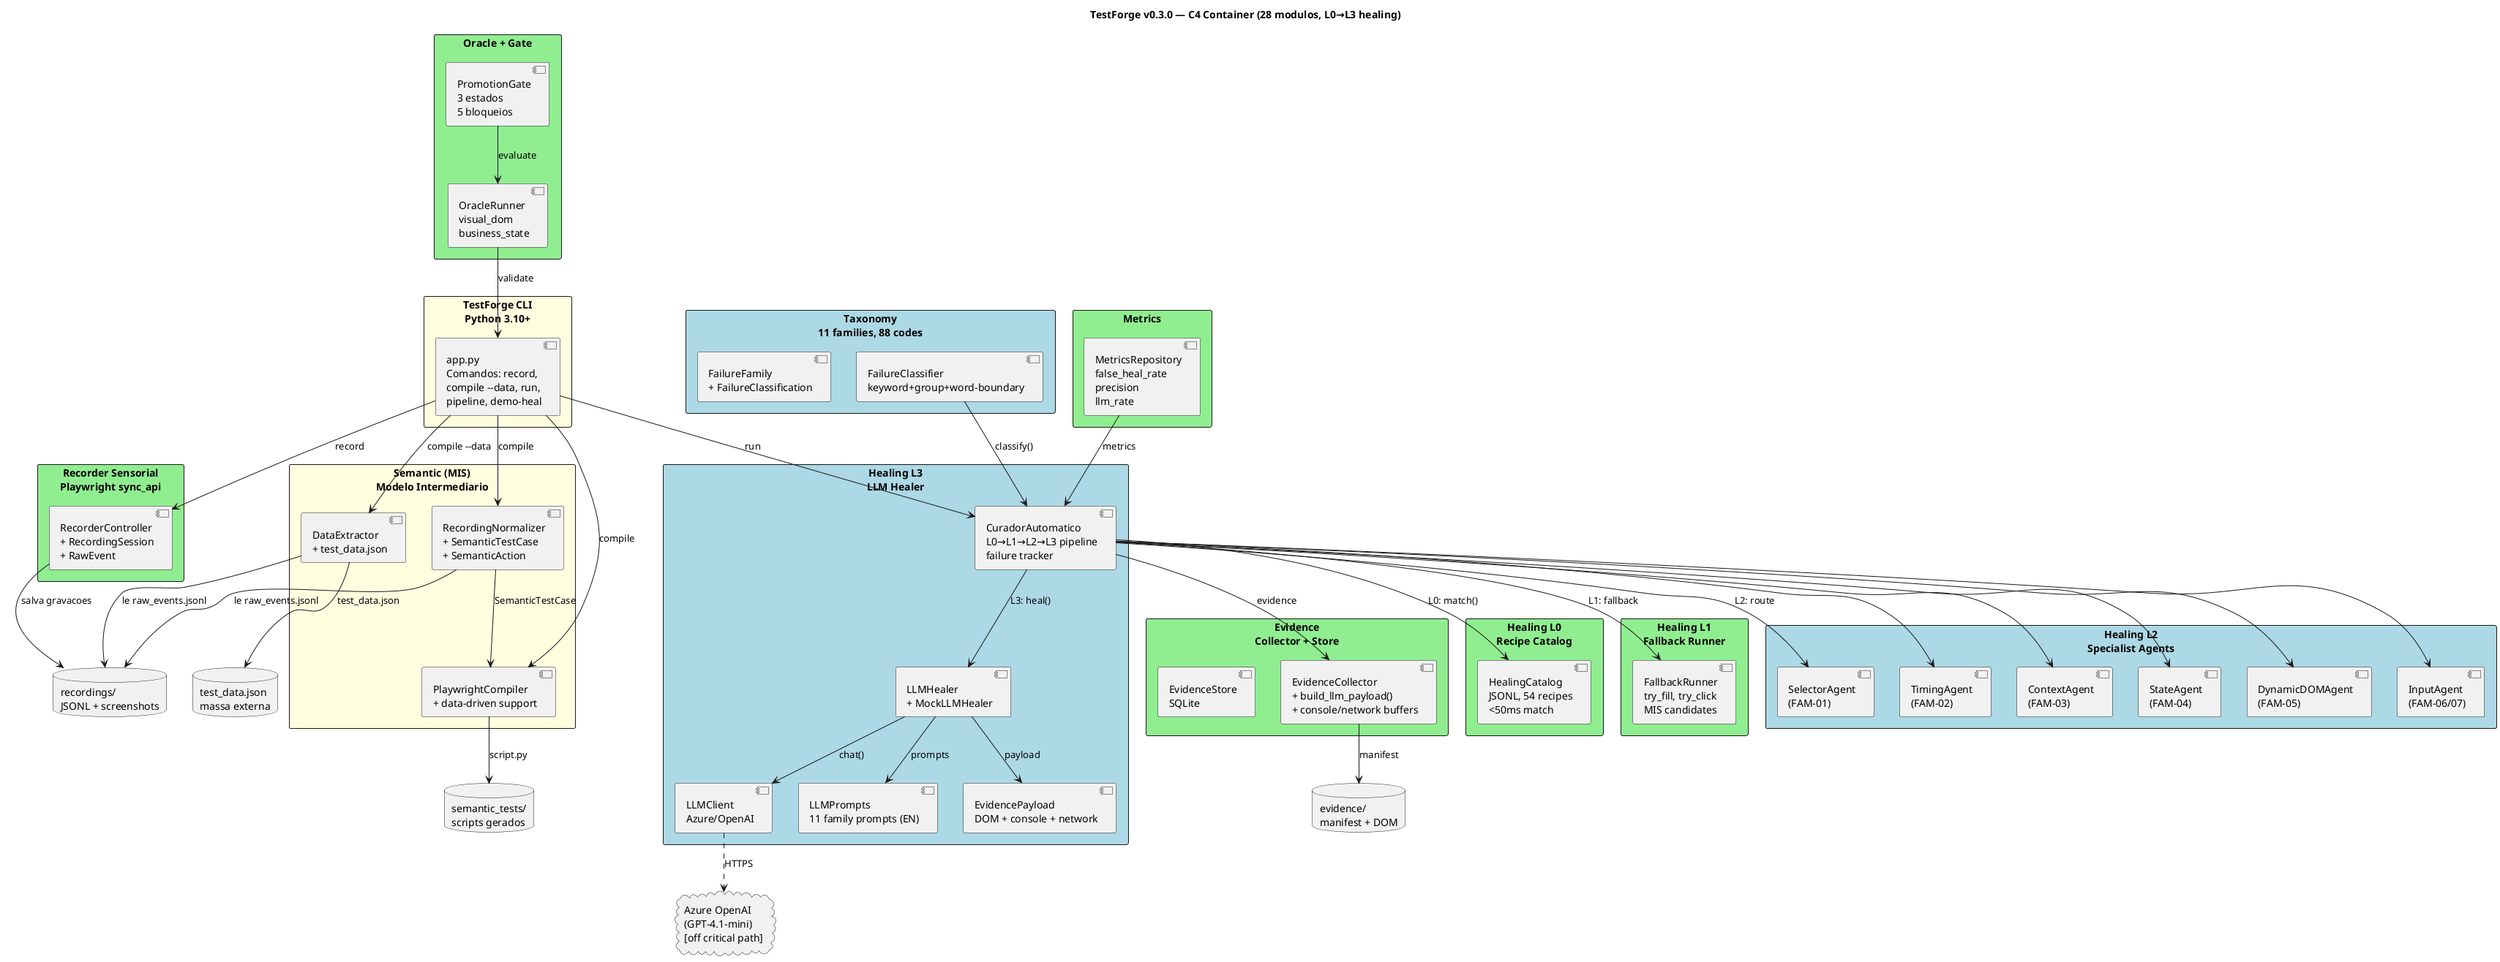
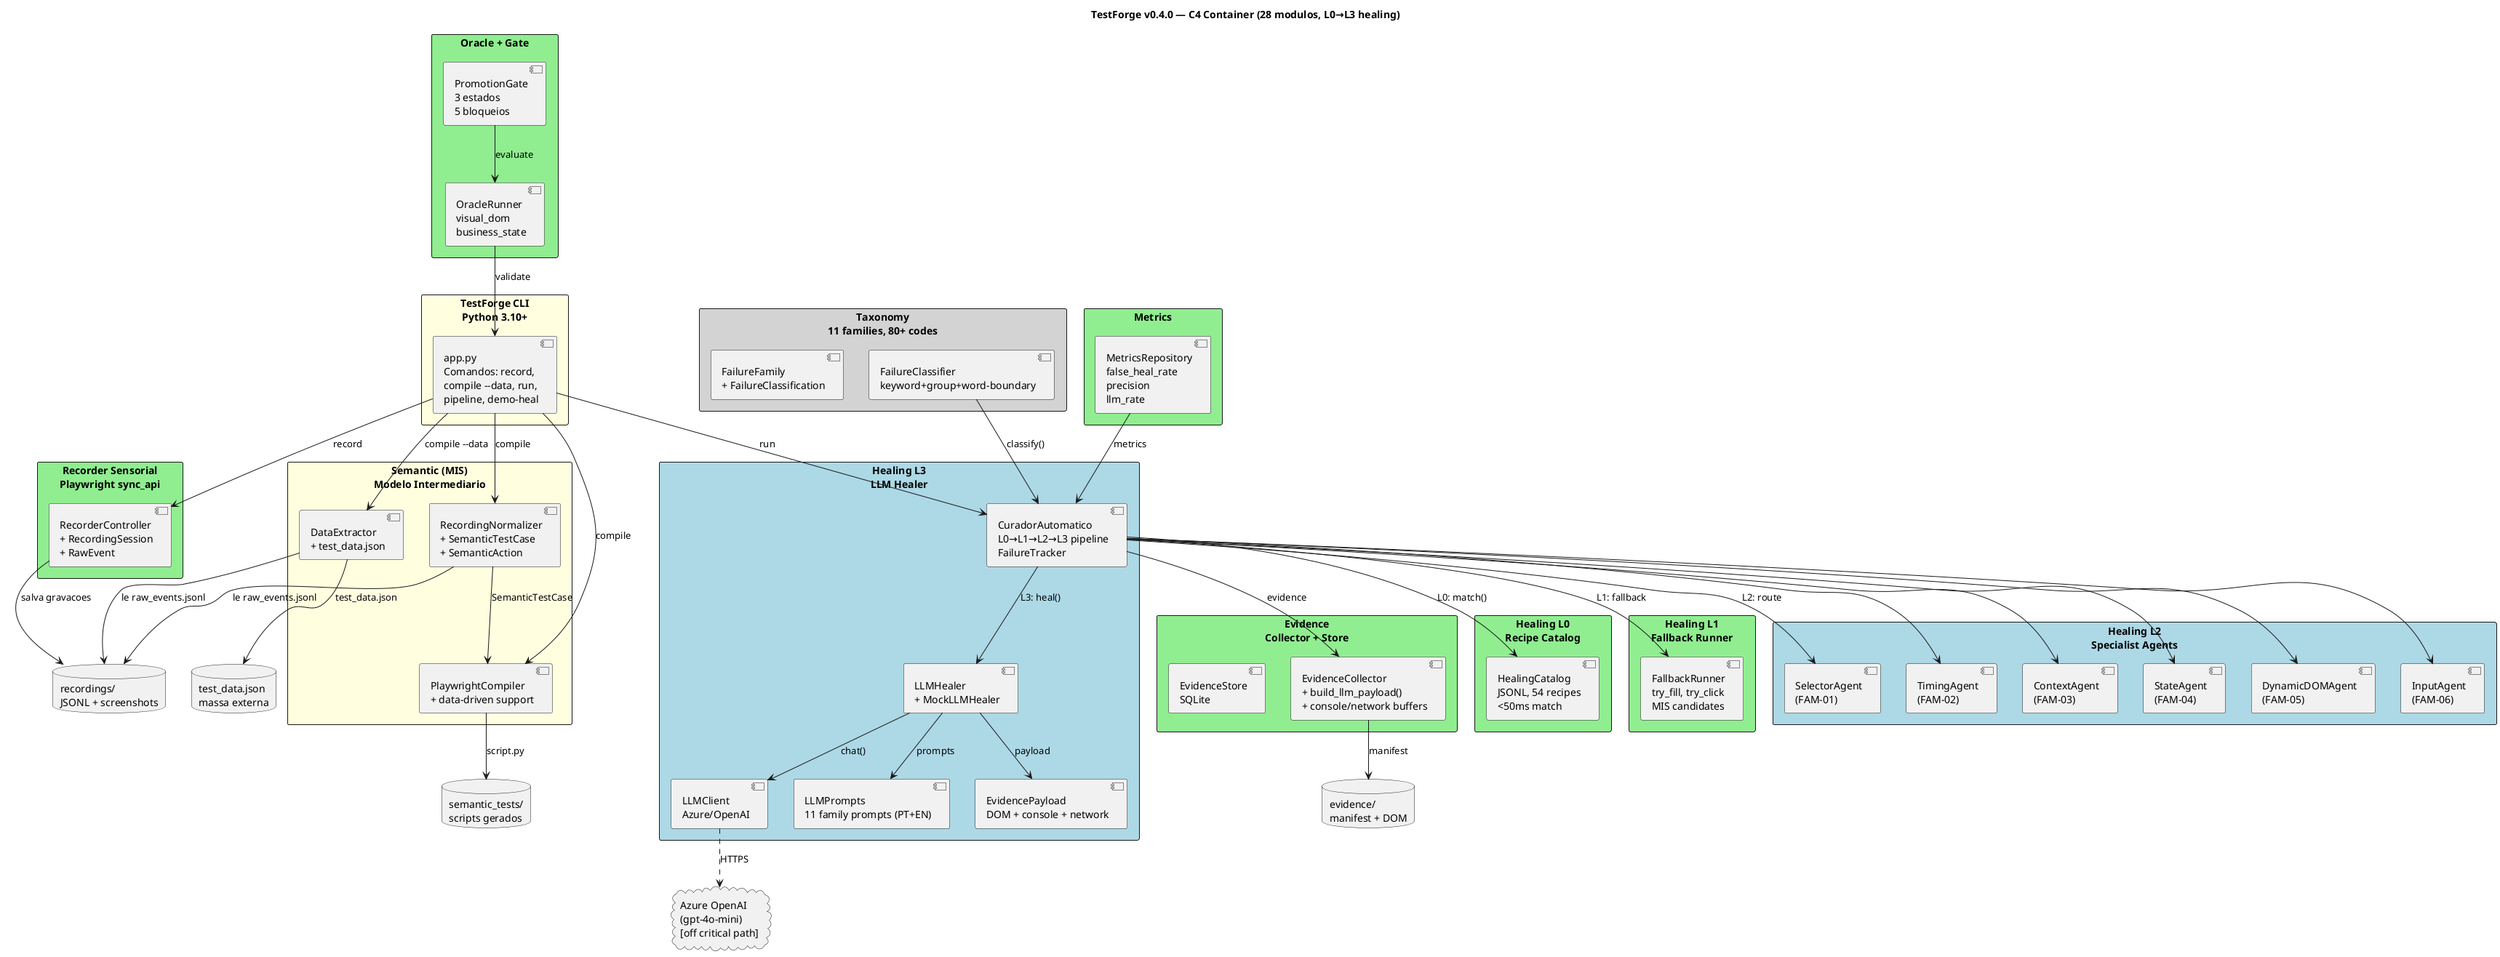
@startuml
- title TestForge v0.3.0 — C4 Container (28 modulos, L0→L3 healing)
+ title TestForge v0.4.0 — C4 Container (28 modulos, L0→L3 healing)

skinparam backgroundColor #FFFFFF
skinparam packageStyle rectangle

rectangle "TestForge CLI\nPython 3.10+" as CLI #LightYellow {
  component "app.py\nComandos: record,\ncompile --data, run,\npipeline, demo-heal" as App
}

rectangle "Recorder Sensorial\nPlaywright sync_api" as Recorder #LightGreen {
  component "RecorderController\n+ RecordingSession\n+ RawEvent" as REC
}

rectangle "Semantic (MIS)\nModelo Intermediario" as Semantic #LightYellow {
  component "RecordingNormalizer\n+ SemanticTestCase\n+ SemanticAction" as MIS
  component "PlaywrightCompiler\n+ data-driven support" as COMP
  component "DataExtractor\n+ test_data.json" as DE
}

rectangle "Evidence\nCollector + Store" as Evidence #LightGreen {
  component "EvidenceCollector\n+ build_llm_payload()\n+ console/network buffers" as EC
  component "EvidenceStore\nSQLite" as ES
}

- rectangle "Taxonomy\n11 families, 88 codes" as Taxonomy #LightBlue {
+ rectangle "Taxonomy\n11 families, 80+ codes" as Taxonomy #LightGray {
  component "FailureClassifier\nkeyword+group+word-boundary" as FC
  component "FailureFamily\n+ FailureClassification" as FF
}

rectangle "Healing L0\nRecipe Catalog" as L0 #LightGreen {
  component "HealingCatalog\nJSONL, 54 recipes\n<50ms match" as HC
}

rectangle "Healing L1\nFallback Runner" as L1 #LightGreen {
  component "FallbackRunner\ntry_fill, try_click\nMIS candidates" as FR
}

rectangle "Healing L2\nSpecialist Agents" as L2 #LightBlue {
  component "SelectorAgent\n(FAM-01)" as SA
  component "TimingAgent\n(FAM-02)" as TA
  component "ContextAgent\n(FAM-03)" as CA
  component "StateAgent\n(FAM-04)" as StA
  component "DynamicDOMAgent\n(FAM-05)" as DA
-   component "InputAgent\n(FAM-06/07)" as IA
+   component "InputAgent\n(FAM-06)" as IA
}

rectangle "Healing L3\nLLM Healer" as L3 #LightBlue {
-   component "CuradorAutomatico\nL0→L1→L2→L3 pipeline\nfailure tracker" as CUR
+   component "CuradorAutomatico\nL0→L1→L2→L3 pipeline\nFailureTracker" as CUR
  component "LLMHealer\n+ MockLLMHealer" as LLM
  component "LLMClient\nAzure/OpenAI" as LClient
-   component "LLMPrompts\n11 family prompts (EN)" as LPrompts
+   component "LLMPrompts\n11 family prompts (PT+EN)" as LPrompts
  component "EvidencePayload\nDOM + console + network" as EP
}

rectangle "Oracle + Gate" as Oracle #LightGreen {
  component "OracleRunner\nvisual_dom\nbusiness_state" as OR
  component "PromotionGate\n3 estados\n5 bloqueios" as PG
}

rectangle "Metrics" as Metrics #LightGreen {
  component "MetricsRepository\nfalse_heal_rate\nprecision\nllm_rate" as MR
}

database "recordings/\nJSONL + screenshots" as RECDB
database "evidence/\nmanifest + DOM" as EVIDB
database "semantic_tests/\nscripts gerados" as STDB
database "test_data.json\nmassa externa" as TDB

- cloud "Azure OpenAI\n(GPT-4.1-mini)\n[off critical path]" as AZURE
+ cloud "Azure OpenAI\n(gpt-4o-mini)\n[off critical path]" as AZURE

' --- Connections ---

App --> REC : record
App --> MIS : compile
App --> COMP : compile
App --> DE : compile --data
App --> CUR : run

REC --> RECDB : salva gravacoes

MIS --> RECDB : le raw_events.jsonl
MIS --> COMP : SemanticTestCase
DE --> RECDB : le raw_events.jsonl
DE --> TDB : test_data.json
COMP --> STDB : script.py

CUR --> HC : L0: match()
CUR --> FR : L1: fallback
CUR --> SA : L2: route
CUR --> TA
CUR --> CA
CUR --> StA
CUR --> DA
CUR --> IA
CUR --> LLM : L3: heal()
LLM --> LClient : chat()
LLM --> LPrompts : prompts
LLM --> EP : payload
CUR --> EC : evidence
EC --> EVIDB : manifest

FC --> CUR : classify()
OR --> App : validate
PG --> OR : evaluate
MR --> CUR : metrics

LClient ..> AZURE : HTTPS

@enduml
